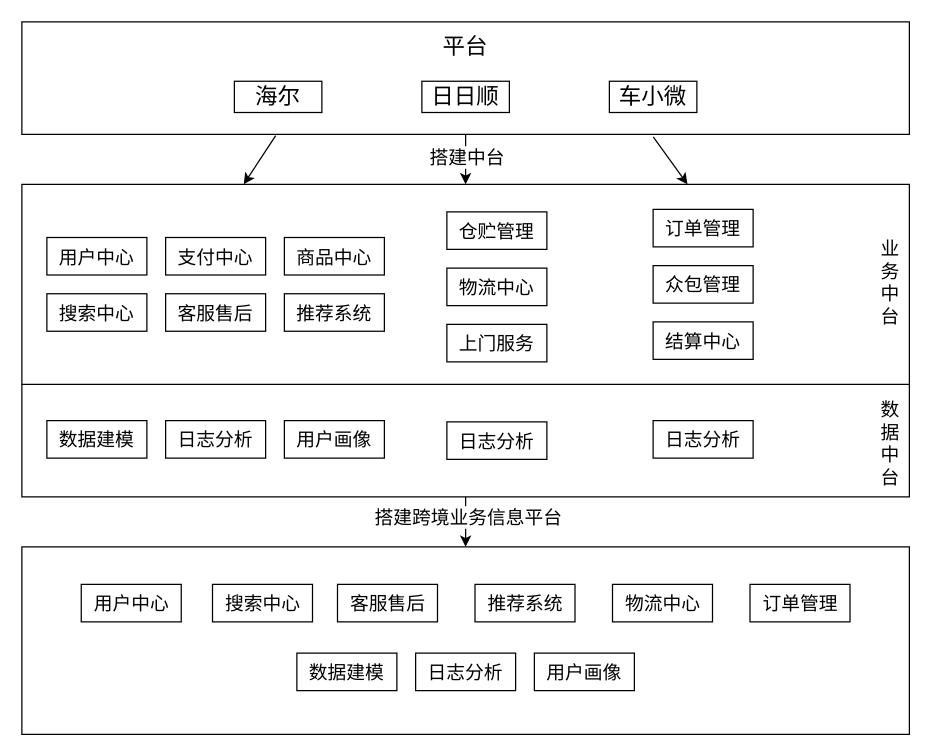
Above: page "Page-2" (2 of 2) of basic.drawio in allhaily/hello-world (draw.io), before the change. Source tidied: cells renumbered, new cells numbered last; positions are measured from the earlier drawing's top-left corner, leaving out a move shared by most shapes. Both pictures are drawn from the tidied source at 125%, with x=0, y=0 at pixel (21, 21).
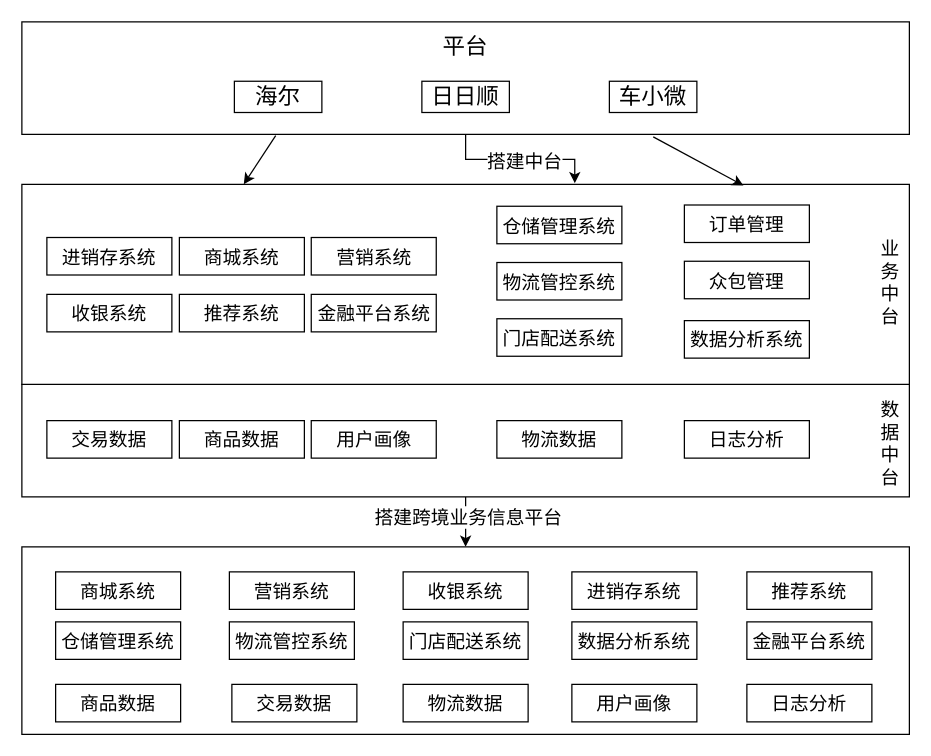
The same diagram, later.

The change refers to these unchanged cells:
```xml
<mxCell id="8" style="rounded=0;whiteSpace=wrap;html=1;fontSize=18;" parent="1" vertex="1">
  <mxGeometry width="710" height="90" as="geometry" />
</mxCell>
<mxCell id="9" style="rounded=0;whiteSpace=wrap;html=1;fontSize=18;" parent="1" vertex="1">
  <mxGeometry y="130" width="710" height="160" as="geometry" />
</mxCell>
```

Diff of the diagram source:
```diff
@@
-    <mxCell id="6" style="edgeStyle=orthogonalEdgeStyle;rounded=0;jettySize=auto;html=1;exitX=0.5;exitY=1;exitDx=0;exitDy=0;" parent="1" edge="1" source="8" target="9">
-      <mxGeometry relative="1" as="geometry" />
+    <mxCell id="6" style="edgeStyle=orthogonalEdgeStyle;rounded=0;jettySize=auto;html=1;exitX=0.5;exitY=1;exitDx=0;exitDy=0;entryX=0.623;entryY=-0.006;entryDx=0;entryDy=0;entryPerimeter=0;" parent="1" edge="1" source="8" target="9">
+      <mxGeometry relative="1" as="geometry">
+        <Array as="points">
+          <mxPoint x="355" y="110" />
+          <mxPoint x="442" y="110" />
+        </Array>
+      </mxGeometry>
     </mxCell>
     <mxCell id="7" value="搭建中台" style="text;html=1;align=center;verticalAlign=middle;labelBackgroundColor=#ffffff;fontSize=15;" parent="6" vertex="1">
       <mxGeometry x="-0.23" relative="1" as="geometry">
-        <mxPoint y="2" as="offset" />
+        <mxPoint x="17" as="offset" />
       </mxGeometry>
     </mxCell>
@@
-    <mxCell id="15" value="数据建模" style="rounded=0;whiteSpace=wrap;html=1;fontSize=15;" parent="1" vertex="1">
-      <mxGeometry x="220" y="505" width="80" height="30" as="geometry" />
-    </mxCell>
     <mxCell id="16" value="日志分析" style="rounded=0;whiteSpace=wrap;html=1;fontSize=15;" parent="1" vertex="1">
-      <mxGeometry x="315" y="505" width="80" height="30" as="geometry" />
+      <mxGeometry x="580" y="530" width="100" height="30" as="geometry" />
     </mxCell>
     <mxCell id="17" value="用户画像" style="rounded=0;whiteSpace=wrap;html=1;fontSize=15;" parent="1" vertex="1">
-      <mxGeometry x="410" y="505" width="80" height="30" as="geometry" />
+      <mxGeometry x="440" y="530" width="100" height="30" as="geometry" />
     </mxCell>
-    <mxCell id="18" value="用户中心" style="rounded=0;whiteSpace=wrap;html=1;fontSize=15;" parent="1" vertex="1">
-      <mxGeometry x="20" y="172.5" width="80" height="30" as="geometry" />
+    <mxCell id="18" value="营销系统" style="rounded=0;whiteSpace=wrap;html=1;fontSize=15;" parent="1" vertex="1">
+      <mxGeometry x="231.5" y="172.5" width="100" height="30" as="geometry" />
     </mxCell>
-    <mxCell id="19" value="支付中心" style="rounded=0;whiteSpace=wrap;html=1;fontSize=15;" parent="1" vertex="1">
-      <mxGeometry x="115" y="172.5" width="80" height="30" as="geometry" />
+    <mxCell id="19" value="收银系统" style="rounded=0;whiteSpace=wrap;html=1;fontSize=15;" parent="1" vertex="1">
+      <mxGeometry x="20" y="218" width="100" height="30" as="geometry" />
     </mxCell>
-    <mxCell id="20" value="商品中心" style="rounded=0;whiteSpace=wrap;html=1;fontSize=15;" parent="1" vertex="1">
-      <mxGeometry x="210" y="172.5" width="80" height="30" as="geometry" />
+    <mxCell id="20" value="商城系统" style="rounded=0;whiteSpace=wrap;html=1;fontSize=15;" parent="1" vertex="1">
+      <mxGeometry x="126" y="172.5" width="100" height="30" as="geometry" />
     </mxCell>
-    <mxCell id="21" value="搜索中心" style="rounded=0;whiteSpace=wrap;html=1;fontSize=15;" parent="1" vertex="1">
-      <mxGeometry x="20" y="217.5" width="80" height="30" as="geometry" />
+    <mxCell id="21" value="进销存系统" style="rounded=0;whiteSpace=wrap;html=1;fontSize=15;" parent="1" vertex="1">
+      <mxGeometry x="20" y="172.5" width="100" height="30" as="geometry" />
     </mxCell>
-    <mxCell id="22" value="客服售后" style="rounded=0;whiteSpace=wrap;html=1;fontSize=15;" parent="1" vertex="1">
-      <mxGeometry x="115" y="217.5" width="80" height="30" as="geometry" />
+    <mxCell id="22" value="金融平台系统" style="rounded=0;whiteSpace=wrap;html=1;fontSize=15;" parent="1" vertex="1">
+      <mxGeometry x="231.5" y="218" width="100" height="30" as="geometry" />
     </mxCell>
-    <mxCell id="23" value="物流中心" style="rounded=0;whiteSpace=wrap;html=1;fontSize=15;" parent="1" vertex="1">
-      <mxGeometry x="340" y="197" width="80" height="30" as="geometry" />
+    <mxCell id="23" value="物流管控系统" style="rounded=0;whiteSpace=wrap;html=1;fontSize=15;" parent="1" vertex="1">
+      <mxGeometry x="380" y="192.5" width="100" height="30" as="geometry" />
     </mxCell>
-    <mxCell id="24" value="上门服务" style="rounded=0;whiteSpace=wrap;html=1;fontSize=15;" parent="1" vertex="1">
-      <mxGeometry x="340" y="242" width="80" height="30" as="geometry" />
+    <mxCell id="24" value="门店配送系统" style="rounded=0;whiteSpace=wrap;html=1;fontSize=15;" parent="1" vertex="1">
+      <mxGeometry x="380" y="237.5" width="100" height="30" as="geometry" />
     </mxCell>
     <mxCell id="25" value="订单管理" style="rounded=0;whiteSpace=wrap;html=1;fontSize=15;" parent="1" vertex="1">
-      <mxGeometry x="505" y="150" width="80" height="30" as="geometry" />
+      <mxGeometry x="530" y="146.5" width="100" height="30" as="geometry" />
     </mxCell>
     <mxCell id="26" value="众包管理" style="rounded=0;whiteSpace=wrap;html=1;fontSize=15;" parent="1" vertex="1">
-      <mxGeometry x="505" y="195" width="80" height="30" as="geometry" />
+      <mxGeometry x="530" y="191.5" width="100" height="30" as="geometry" />
     </mxCell>
-    <mxCell id="27" value="结算中心" style="rounded=0;whiteSpace=wrap;html=1;fontSize=15;" parent="1" vertex="1">
-      <mxGeometry x="505" y="240" width="80" height="30" as="geometry" />
+    <mxCell id="27" value="数据分析系统" style="rounded=0;whiteSpace=wrap;html=1;fontSize=15;" parent="1" vertex="1">
+      <mxGeometry x="440" y="480" width="100" height="30" as="geometry" />
     </mxCell>
-    <mxCell id="28" value="仓贮管理" style="rounded=0;whiteSpace=wrap;html=1;fontSize=15;" parent="1" vertex="1">
-      <mxGeometry x="340" y="152" width="80" height="30" as="geometry" />
+    <mxCell id="28" value="仓储管理系统" style="rounded=0;whiteSpace=wrap;html=1;fontSize=15;" parent="1" vertex="1">
+      <mxGeometry x="380" y="147.5" width="100" height="30" as="geometry" />
     </mxCell>
     <mxCell id="29" value="推荐系统" style="rounded=0;whiteSpace=wrap;html=1;fontSize=15;" parent="1" vertex="1">
-      <mxGeometry x="210" y="217.5" width="80" height="30" as="geometry" />
+      <mxGeometry x="126" y="218" width="100" height="30" as="geometry" />
     </mxCell>
-    <mxCell id="30" value="日志分析" style="rounded=0;whiteSpace=wrap;html=1;fontSize=15;" parent="1" vertex="1">
-      <mxGeometry x="340" y="320" width="80" height="30" as="geometry" />
+    <mxCell id="30" value="物流数据" style="rounded=0;whiteSpace=wrap;html=1;fontSize=15;" parent="1" vertex="1">
+      <mxGeometry x="380" y="319" width="100" height="30" as="geometry" />
     </mxCell>
@@
     <mxCell id="33" value="日志分析" style="rounded=0;whiteSpace=wrap;html=1;fontSize=15;" parent="1" vertex="1">
-      <mxGeometry x="505" y="319" width="80" height="30" as="geometry" />
+      <mxGeometry x="530" y="319" width="100" height="30" as="geometry" />
     </mxCell>
@@
-    <mxCell id="35" style="endArrow=classic;html=1;fontSize=15;exitX=0.286;exitY=1.011;exitDx=0;exitDy=0;exitPerimeter=0;entryX=0.75;entryY=0;entryDx=0;entryDy=0;" parent="1" edge="1" target="9">
+    <mxCell id="35" style="endArrow=classic;html=1;fontSize=15;exitX=0.286;exitY=1.011;exitDx=0;exitDy=0;exitPerimeter=0;entryX=0.813;entryY=0.006;entryDx=0;entryDy=0;entryPerimeter=0;" parent="1" edge="1" target="9">
       <mxGeometry relative="1" as="geometry">
         <mxPoint x="505.1" y="92" as="sourcePoint" />
       </mxGeometry>
     </mxCell>
-    <mxCell id="36" value="用户中心" style="rounded=0;whiteSpace=wrap;html=1;fontSize=15;" parent="1" vertex="1">
-      <mxGeometry x="47.5" y="450" width="80" height="30" as="geometry" />
-    </mxCell>
-    <mxCell id="37" value="搜索中心" style="rounded=0;whiteSpace=wrap;html=1;fontSize=15;" parent="1" vertex="1">
-      <mxGeometry x="152.5" y="450" width="80" height="30" as="geometry" />
-    </mxCell>
-    <mxCell id="38" value="客服售后" style="rounded=0;whiteSpace=wrap;html=1;fontSize=15;" parent="1" vertex="1">
-      <mxGeometry x="252.5" y="450" width="80" height="30" as="geometry" />
-    </mxCell>
-    <mxCell id="39" value="物流中心" style="rounded=0;whiteSpace=wrap;html=1;fontSize=15;" parent="1" vertex="1">
-      <mxGeometry x="472.5" y="450" width="80" height="30" as="geometry" />
-    </mxCell>
-    <mxCell id="40" value="订单管理" style="rounded=0;whiteSpace=wrap;html=1;fontSize=15;" parent="1" vertex="1">
-      <mxGeometry x="582.5" y="450" width="80" height="30" as="geometry" />
-    </mxCell>
-    <mxCell id="41" value="推荐系统" style="rounded=0;whiteSpace=wrap;html=1;fontSize=15;" parent="1" vertex="1">
-      <mxGeometry x="362.5" y="450" width="80" height="30" as="geometry" />
-    </mxCell>
-    <mxCell id="42" value="数据建模" style="rounded=0;whiteSpace=wrap;html=1;fontSize=15;" parent="1" vertex="1">
-      <mxGeometry x="20" y="319" width="80" height="30" as="geometry" />
+    <mxCell id="42" value="交易数据" style="rounded=0;whiteSpace=wrap;html=1;fontSize=15;" parent="1" vertex="1">
+      <mxGeometry x="20" y="319" width="100" height="30" as="geometry" />
     </mxCell>
-    <mxCell id="43" value="日志分析" style="rounded=0;whiteSpace=wrap;html=1;fontSize=15;" parent="1" vertex="1">
-      <mxGeometry x="115" y="319" width="80" height="30" as="geometry" />
+    <mxCell id="43" value="商品数据" style="rounded=0;whiteSpace=wrap;html=1;fontSize=15;" parent="1" vertex="1">
+      <mxGeometry x="126" y="319" width="100" height="30" as="geometry" />
     </mxCell>
     <mxCell id="44" value="用户画像" style="rounded=0;whiteSpace=wrap;html=1;fontSize=15;" parent="1" vertex="1">
-      <mxGeometry x="210" y="319" width="80" height="30" as="geometry" />
+      <mxGeometry x="231.5" y="319" width="100" height="30" as="geometry" />
     </mxCell>
+    <mxCell id="45" value="营销系统" style="rounded=0;whiteSpace=wrap;html=1;fontSize=15;" parent="1" vertex="1">
+      <mxGeometry x="166" y="440" width="100" height="30" as="geometry" />
+    </mxCell>
+    <mxCell id="46" value="收银系统" style="rounded=0;whiteSpace=wrap;html=1;fontSize=15;" parent="1" vertex="1">
+      <mxGeometry x="305" y="440" width="100" height="30" as="geometry" />
+    </mxCell>
+    <mxCell id="47" value="商城系统" style="rounded=0;whiteSpace=wrap;html=1;fontSize=15;" parent="1" vertex="1">
+      <mxGeometry x="27" y="440" width="100" height="30" as="geometry" />
+    </mxCell>
+    <mxCell id="48" value="进销存系统" style="rounded=0;whiteSpace=wrap;html=1;fontSize=15;" parent="1" vertex="1">
+      <mxGeometry x="440" y="440" width="100" height="30" as="geometry" />
+    </mxCell>
+    <mxCell id="41" value="推荐系统" style="rounded=0;whiteSpace=wrap;html=1;fontSize=15;" parent="1" vertex="1">
+      <mxGeometry x="580" y="440" width="100" height="30" as="geometry" />
+    </mxCell>
+    <mxCell id="49" value="仓储管理系统" style="rounded=0;whiteSpace=wrap;html=1;fontSize=15;" parent="1" vertex="1">
+      <mxGeometry x="27" y="480" width="100" height="30" as="geometry" />
+    </mxCell>
+    <mxCell id="50" value="物流管控系统" style="rounded=0;whiteSpace=wrap;html=1;fontSize=15;" parent="1" vertex="1">
+      <mxGeometry x="166" y="480" width="100" height="30" as="geometry" />
+    </mxCell>
+    <mxCell id="51" value="门店配送系统" style="rounded=0;whiteSpace=wrap;html=1;fontSize=15;" parent="1" vertex="1">
+      <mxGeometry x="305" y="480" width="100" height="30" as="geometry" />
+    </mxCell>
+    <mxCell id="52" value="数据分析系统" style="rounded=0;whiteSpace=wrap;html=1;fontSize=15;" parent="1" vertex="1">
+      <mxGeometry x="530" y="239" width="100" height="30" as="geometry" />
+    </mxCell>
+    <mxCell id="53" value="金融平台系统" style="rounded=0;whiteSpace=wrap;html=1;fontSize=15;" parent="1" vertex="1">
+      <mxGeometry x="580" y="480" width="100" height="30" as="geometry" />
+    </mxCell>
+    <mxCell id="54" value="商品数据" style="rounded=0;whiteSpace=wrap;html=1;fontSize=15;" parent="1" vertex="1">
+      <mxGeometry x="27" y="530" width="100" height="30" as="geometry" />
+    </mxCell>
+    <mxCell id="55" value="物流数据" style="rounded=0;whiteSpace=wrap;html=1;fontSize=15;" parent="1" vertex="1">
+      <mxGeometry x="305" y="530" width="100" height="30" as="geometry" />
+    </mxCell>
+    <mxCell id="56" value="交易数据" style="rounded=0;whiteSpace=wrap;html=1;fontSize=15;" parent="1" vertex="1">
+      <mxGeometry x="168" y="530" width="100" height="30" as="geometry" />
+    </mxCell>
```
